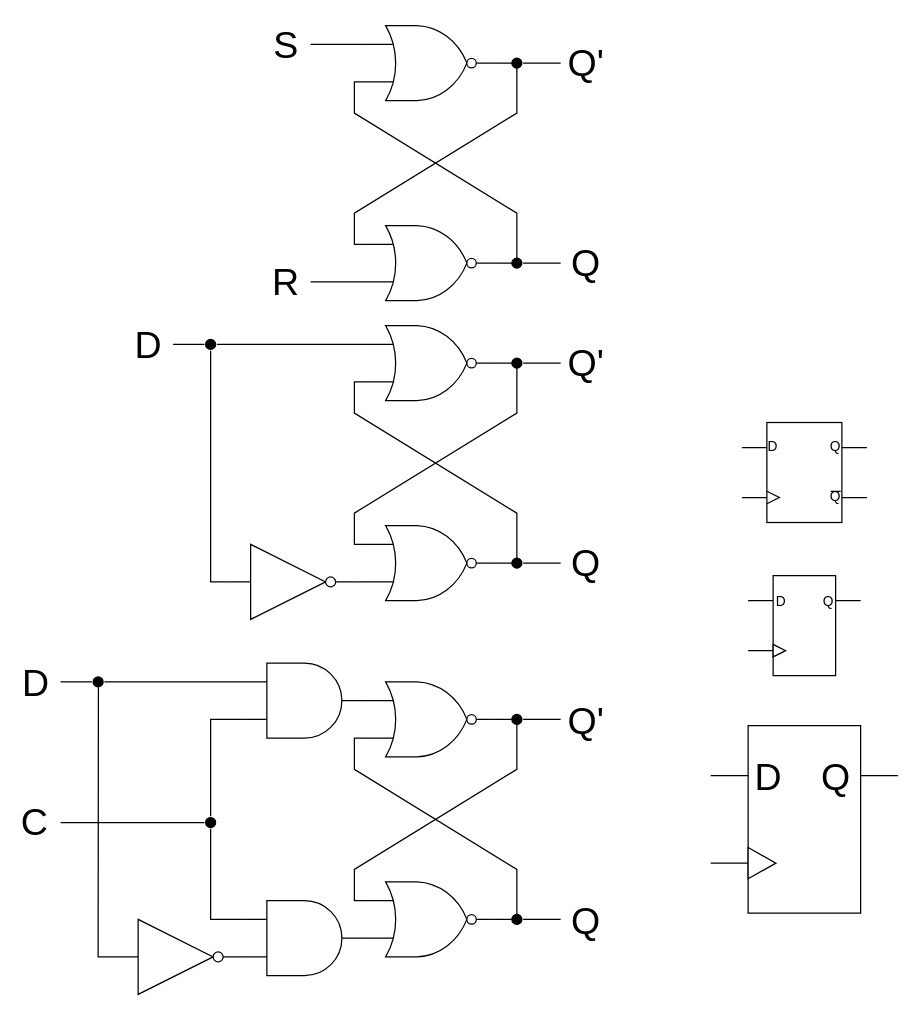
Before: docu/FlipFlops.drawio in YumYumfisch/LFSR-PeriodLength, a draw.io diagram. Source tidied: cells renumbered, new cells numbered last; positions are measured from the earlier drawing's top-left corner, leaving out a move shared by most shapes. Both pictures are drawn from the tidied source at 125%, with x=0, y=0 at pixel (60, 25).
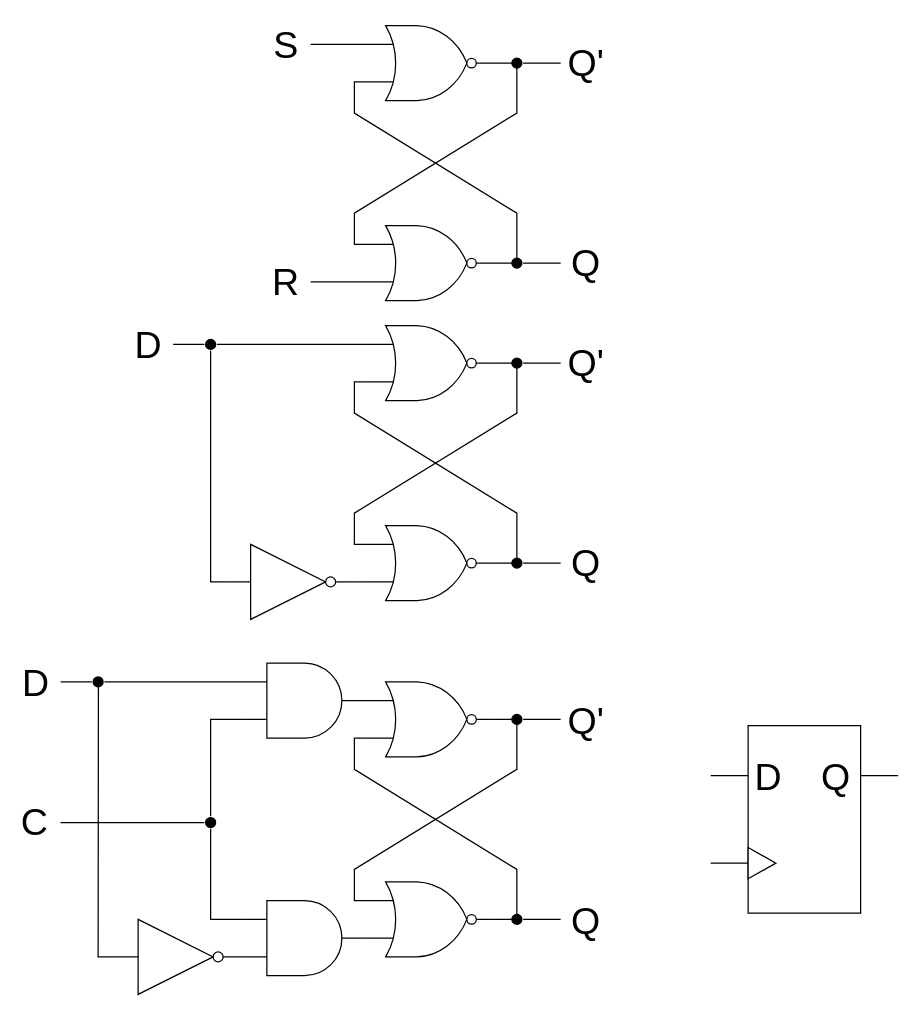
Above is the later version.

Commit message (it also covers changes not shown here):
remove lower resolutions

What changed in the source:
```diff
@@
-    <mxCell id="2" style="group;" parent="1" vertex="1">
-      <mxGeometry x="550" y="440" width="90" height="80" as="geometry" />
-    </mxCell>
-    <mxCell id="3" style="rounded=0;whiteSpace=wrap;html=1;" parent="2" vertex="1">
-      <mxGeometry x="20" width="50" height="80" as="geometry" />
-    </mxCell>
-    <mxCell id="4" style="triangle;whiteSpace=wrap;html=1;" parent="2" vertex="1">
-      <mxGeometry x="20" y="55" width="10" height="10" as="geometry" />
-    </mxCell>
-    <mxCell id="5" style="endArrow=none;html=1;entryX=0;entryY=0.75;entryDx=0;entryDy=0;" parent="2" edge="1" target="3">
-      <mxGeometry relative="1" as="geometry">
-        <mxPoint y="60" as="sourcePoint" />
-      </mxGeometry>
-    </mxCell>
-    <mxCell id="6" style="endArrow=none;html=1;entryX=0;entryY=0.25;entryDx=0;entryDy=0;align=center;" parent="2" edge="1" target="3">
-      <mxGeometry relative="1" as="geometry">
-        <mxPoint y="20" as="sourcePoint" />
-      </mxGeometry>
-    </mxCell>
-    <mxCell id="7" value="D" style="edgeLabel;html=1;align=center;verticalAlign=middle;" parent="6" vertex="1">
-      <mxGeometry x="0.28" relative="1" as="geometry">
-        <mxPoint x="12" as="offset" />
-      </mxGeometry>
-    </mxCell>
-    <mxCell id="8" style="endArrow=none;html=1;entryX=0;entryY=0.5;entryDx=0;entryDy=0;align=center;exitX=1;exitY=0.25;exitDx=0;exitDy=0;" parent="2" edge="1" source="3">
-      <mxGeometry relative="1" as="geometry">
-        <mxPoint x="90" y="20" as="targetPoint" />
-      </mxGeometry>
-    </mxCell>
-    <mxCell id="9" value="Q" style="edgeLabel;html=1;align=center;verticalAlign=middle;" parent="8" vertex="1">
-      <mxGeometry x="0.28" relative="1" as="geometry">
-        <mxPoint x="-20" as="offset" />
-      </mxGeometry>
-    </mxCell>
@@
-    <mxCell id="64" style="verticalLabelPosition=bottom;shadow=0;dashed=0;align=center;html=1;verticalAlign=top;shape=mxgraph.electrical.logic_gates.d_type_flip-flop;fontSize=30;" parent="1" vertex="1">
-      <mxGeometry x="545" y="317.5" width="100" height="80" as="geometry" />
-    </mxCell>
```
